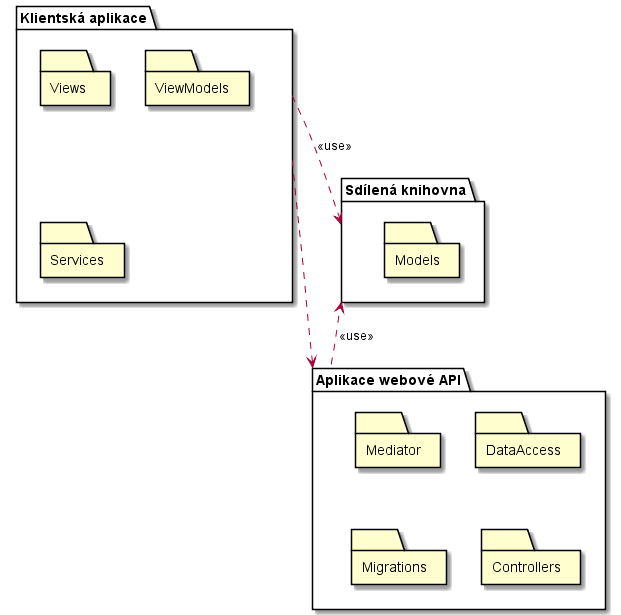
Earlier version of the PlantUML export dokumentace/EDA/assets/prodejni_system_high_level_module_view.png (MichalMoudry/4IT575-seminarni-prace). Source of this version:
```plantuml
@startuml

package "Klientská aplikace" as clientApp {

    folder "Views"

    folder "ViewModels"

    folder "Services"

}

package "Aplikace webové API" as webApp {

    folder "Mediator"

    folder "DataAccess"

    folder "Migrations"

    folder "Controllers"

}

package "Sdílená knihovna" as sharedLibrary {

    folder "Models"

}

webApp .up.> sharedLibrary : "<<use>>"

clientApp ..> sharedLibrary : "<<use>>"

clientApp ..> webApp

@enduml
```
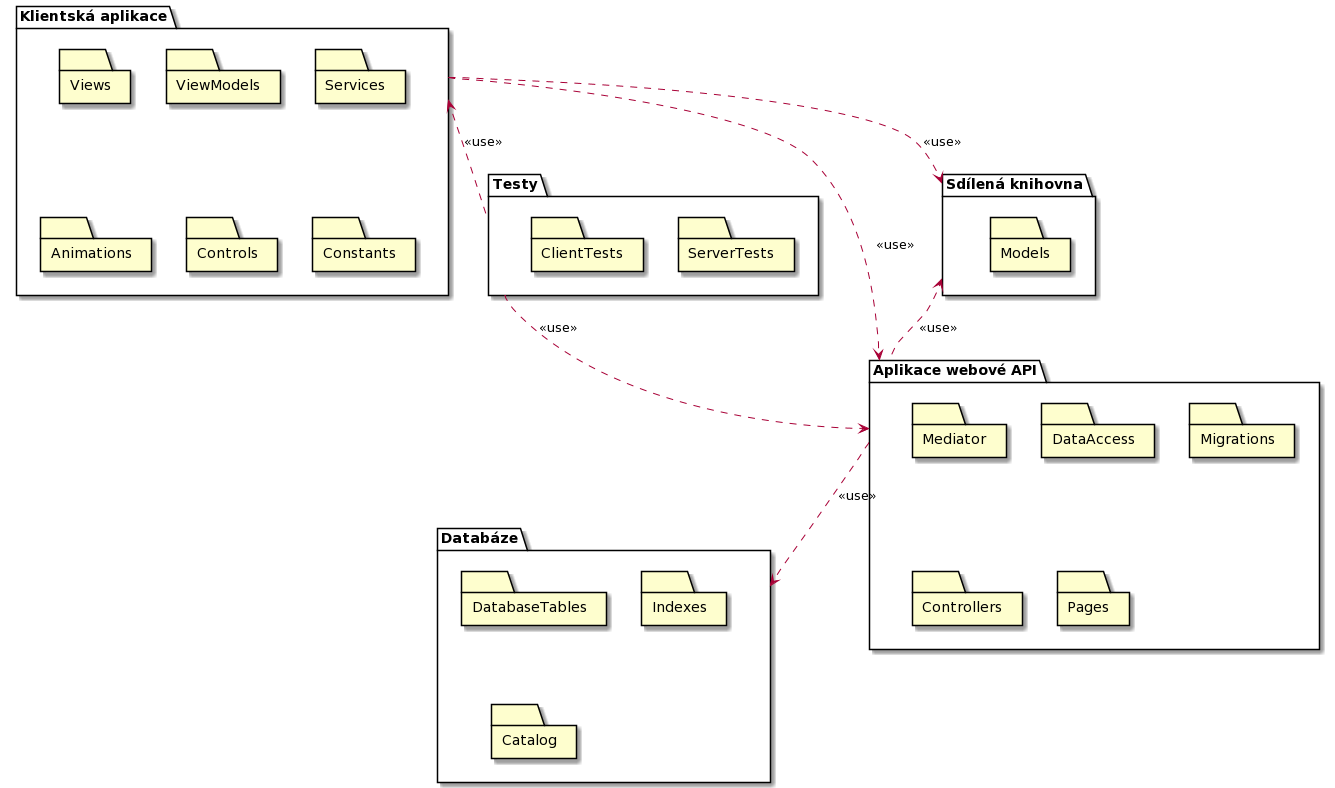
Later version of the same file.

Commit message:
Aktualizace diagramu a katalogu elementů u diagramu modulů u 2. architektury

Change to the diagram source:
```diff
@@ -1,5 +1,4 @@
 @startuml
-
 package "Klientská aplikace" as clientApp {
 
     folder "Views"
@@ -7,6 +6,12 @@
     folder "ViewModels"
 
     folder "Services"
+
+    folder "Animations"
+
+    folder "Controls"
+
+    folder "Constants"
 
 }
 
@@ -20,6 +25,8 @@
 
     folder "Controllers"
 
+    folder "Pages"
+
 }
 
 package "Sdílená knihovna" as sharedLibrary {
@@ -28,10 +35,33 @@
 
 }
 
+package "Testy" as tests {
+
+    folder "ServerTests"
+
+    folder "ClientTests"
+
+}
+
+package "Databáze" as db {
+
+    folder "DatabaseTables"
+
+    folder "Indexes"
+
+    folder "Catalog"
+
+}
+
 webApp .up.> sharedLibrary : "<<use>>"
 
 clientApp ..> sharedLibrary : "<<use>>"
 
-clientApp ..> webApp
+clientApp ..> webApp : "<<use>>"
 
+tests .left.> clientApp : "<<use>>"
+
+tests .down.> webApp : "<<use>>"
+
+webApp ..> db : "<<use>>"
 @enduml
```
